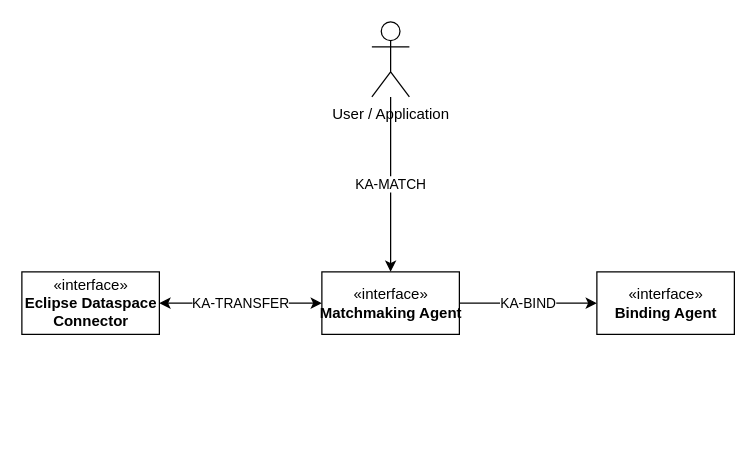
Above: static/uml/sparql_profiles.drawio in catenax-ng/product-knowledge (draw.io), before the change. Source tidied: cells renumbered, new cells numbered last; positions are measured from the earlier drawing's top-left corner, leaving out a move shared by most shapes. Both pictures are drawn from the tidied source at 125%, with x=0, y=0 at pixel (21, 21).
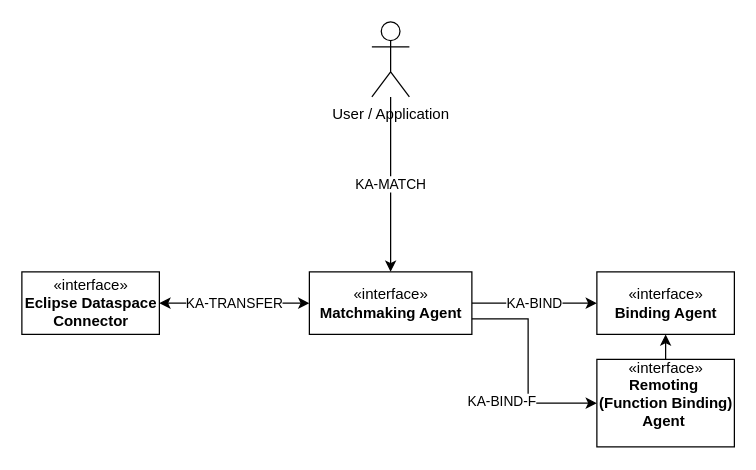
The same page after the edit.

Diff of the diagram source:
```diff
@@
 <mxGraphModel>
   <root>
     <mxCell id="0" />
     <mxCell id="1" parent="0" />
     <mxCell id="2" value="KA-BIND&lt;br&gt;" style="edgeStyle=orthogonalEdgeStyle;rounded=0;jettySize=auto;html=1;entryX=0;entryY=0.5;entryDx=0;entryDy=0;" parent="1" edge="1" source="4" target="6">
       <mxGeometry relative="1" as="geometry" />
     </mxCell>
     <mxCell id="3" value="KA-TRANSFER" style="edgeStyle=orthogonalEdgeStyle;rounded=0;jettySize=auto;html=1;entryX=1;entryY=0.5;entryDx=0;entryDy=0;startArrow=classic;startFill=1;" parent="1" edge="1" source="4" target="5">
       <mxGeometry relative="1" as="geometry" />
     </mxCell>
     <mxCell id="4" value="«interface»&lt;br&gt;&lt;b&gt;Matchmaking Agent&lt;/b&gt;" style="html=1;" parent="1" vertex="1">
-      <mxGeometry x="240" y="200" width="110" height="50" as="geometry" />
+      <mxGeometry x="230" y="200" width="130" height="50" as="geometry" />
     </mxCell>
     <mxCell id="5" value="«interface»&lt;br&gt;&lt;b&gt;Eclipse Dataspace &lt;br&gt;Connector&lt;/b&gt;" style="html=1;" parent="1" vertex="1">
       <mxGeometry y="200" width="110" height="50" as="geometry" />
     </mxCell>
     <mxCell id="6" value="«interface»&lt;br&gt;&lt;b&gt;Binding Agent&lt;/b&gt;" style="html=1;" parent="1" vertex="1">
       <mxGeometry x="460" y="200" width="110" height="50" as="geometry" />
     </mxCell>
     <mxCell id="7" value="KA-MATCH" style="edgeStyle=orthogonalEdgeStyle;rounded=0;jettySize=auto;html=1;" parent="1" edge="1" source="8" target="4">
       <mxGeometry relative="1" as="geometry" />
     </mxCell>
     <mxCell id="8" value="User / Application" style="shape=umlActor;verticalLabelPosition=bottom;verticalAlign=top;html=1;" parent="1" vertex="1">
       <mxGeometry x="280" width="30" height="60" as="geometry" />
     </mxCell>
+    <mxCell id="9" value="«interface»&lt;br&gt;&lt;b&gt;Remoting&amp;nbsp;&lt;br&gt;&lt;/b&gt;&lt;b style=&quot;border-color: var(--border-color);&quot;&gt;(Function Binding)&lt;/b&gt;&lt;b&gt;&lt;br&gt;Agent&amp;nbsp;&lt;br&gt;&lt;br&gt;&lt;/b&gt;" style="html=1;" parent="1" vertex="1">
+      <mxGeometry x="460" y="270" width="110" height="70" as="geometry" />
+    </mxCell>
+    <mxCell id="10" style="endArrow=classic;html=1;rounded=0;exitX=0.5;exitY=0;exitDx=0;exitDy=0;entryX=0.5;entryY=1;entryDx=0;entryDy=0;" parent="1" edge="1" source="9" target="6">
+      <mxGeometry relative="1" as="geometry" />
+    </mxCell>
+    <mxCell id="11" value="KA-BIND-F" style="edgeStyle=orthogonalEdgeStyle;rounded=0;jettySize=auto;html=1;entryX=0;entryY=0.5;entryDx=0;entryDy=0;exitX=1;exitY=0.75;exitDx=0;exitDy=0;" parent="1" edge="1" source="4" target="9">
+      <mxGeometry x="0.34" y="-16" relative="1" as="geometry">
+        <Array as="points">
+          <mxPoint x="405" y="238" />
+          <mxPoint x="405" y="305" />
+        </Array>
+        <mxPoint x="-5" y="-1" as="offset" />
+      </mxGeometry>
+    </mxCell>
   </root>
 </mxGraphModel>
```
